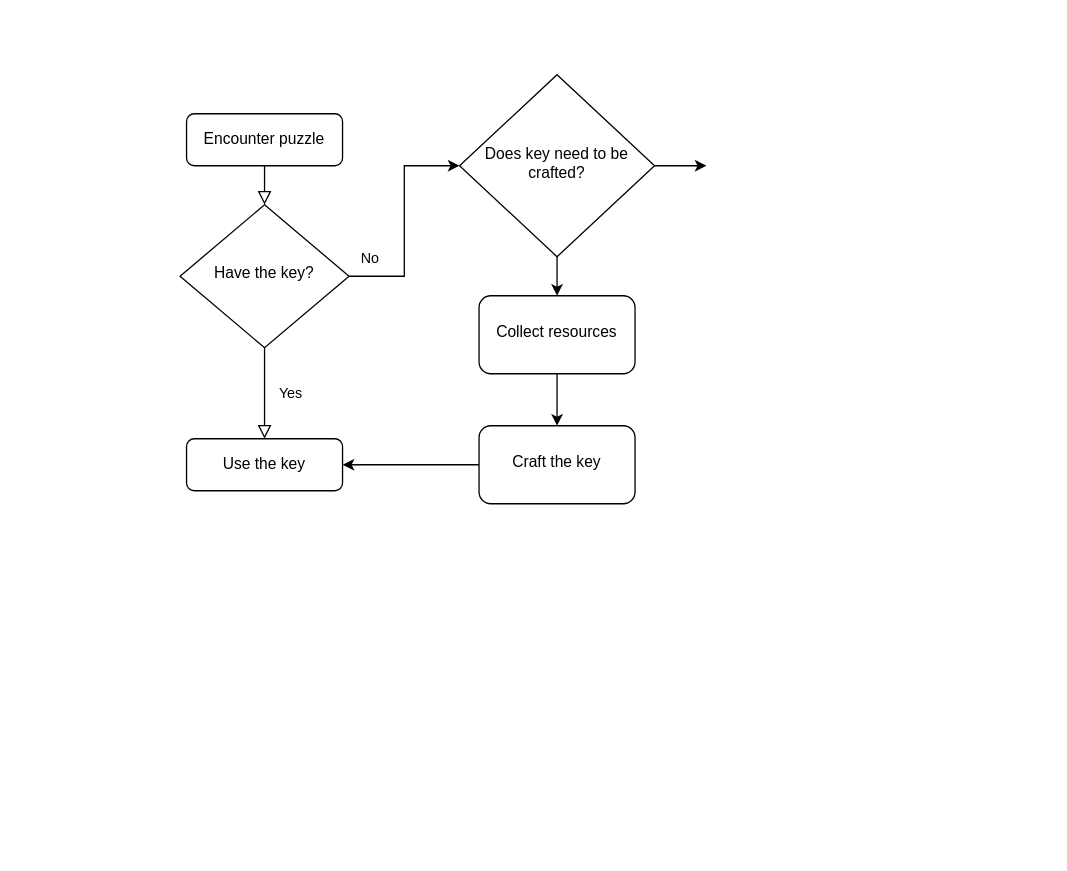
CSG-3523/25fa-gdc01-group-3 keeps this draw.io diagram as puzzleflow.drawio. Above is the earlier version. Source tidied: cells renumbered, new cells numbered last; positions are measured from the earlier drawing's top-left corner, leaving out a move shared by most shapes. Both pictures are drawn from the tidied source at 130%, with x=0, y=0 at pixel (179, 74).
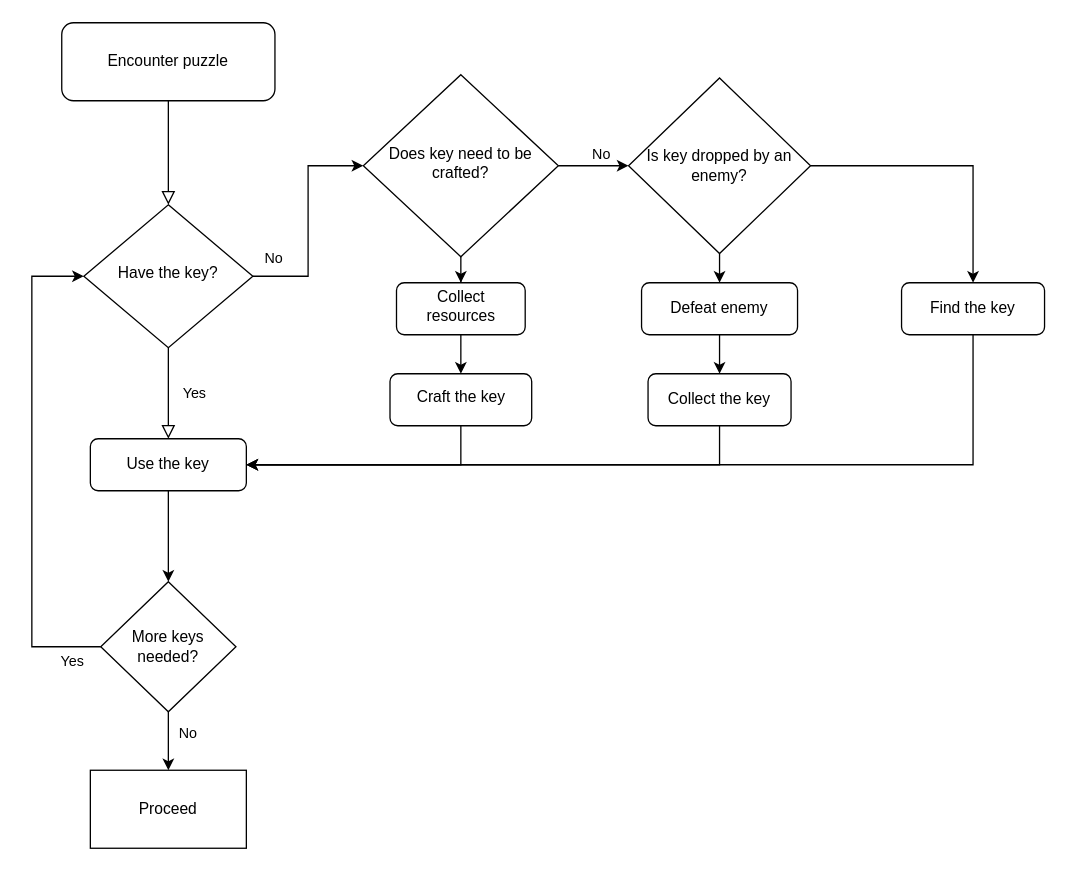
The same page after the edit.

Change to the diagram source:
```diff
@@
-<mxGraphModel>
+<mxGraphModel background="light-dark(#ffffff, #000000)">
@@
-    <mxCell id="2" style="rounded=0;html=1;jettySize=auto;fontSize=11;endArrow=block;endFill=0;endSize=8;strokeWidth=1;shadow=0;labelBackgroundColor=none;edgeStyle=orthogonalEdgeStyle;" parent="1" edge="1" source="3" target="7">
+    <mxCell id="2" style="rounded=0;html=1;jettySize=auto;fontSize=11;endArrow=block;endFill=0;endSize=8;strokeWidth=1;shadow=0;labelBackgroundColor=none;edgeStyle=orthogonalEdgeStyle;fontColor=default;" parent="1" edge="1" source="3" target="7">
       <mxGeometry relative="1" as="geometry" />
     </mxCell>
-    <mxCell id="3" value="Encounter puzzle" style="rounded=1;whiteSpace=wrap;html=1;fontSize=12;glass=0;strokeWidth=1;shadow=0;" parent="1" vertex="1">
-      <mxGeometry x="5" y="30" width="120" height="40" as="geometry" />
+    <mxCell id="3" value="Encounter puzzle" style="rounded=1;whiteSpace=wrap;html=1;fontSize=12;glass=0;strokeWidth=1;shadow=0;labelBackgroundColor=none;" parent="1" vertex="1">
+      <mxGeometry x="-91" y="-40" width="164" height="60" as="geometry" />
     </mxCell>
-    <mxCell id="4" value="Yes" style="rounded=0;html=1;jettySize=auto;fontSize=11;endArrow=block;endFill=0;endSize=8;strokeWidth=1;shadow=0;labelBackgroundColor=none;edgeStyle=orthogonalEdgeStyle;entryX=0.5;entryY=0;entryDx=0;entryDy=0;" parent="1" edge="1" source="7" target="8">
+    <mxCell id="4" value="Yes" style="rounded=0;html=1;jettySize=auto;fontSize=11;endArrow=block;endFill=0;endSize=8;strokeWidth=1;shadow=0;labelBackgroundColor=none;edgeStyle=orthogonalEdgeStyle;entryX=0.5;entryY=0;entryDx=0;entryDy=0;fontColor=default;" parent="1" edge="1" source="7" target="8">
       <mxGeometry y="20" relative="1" as="geometry" />
     </mxCell>
-    <mxCell id="5" style="edgeStyle=orthogonalEdgeStyle;rounded=0;jettySize=auto;html=1;" parent="1" edge="1" source="7" target="11">
+    <mxCell id="5" style="edgeStyle=orthogonalEdgeStyle;rounded=0;jettySize=auto;html=1;labelBackgroundColor=none;fontColor=default;" parent="1" edge="1" source="7" target="11">
       <mxGeometry relative="1" as="geometry" />
     </mxCell>
-    <mxCell id="6" value="No" style="edgeLabel;html=1;align=center;verticalAlign=middle;" parent="5" vertex="1">
+    <mxCell id="6" value="No" style="edgeLabel;html=1;align=center;verticalAlign=middle;labelBackgroundColor=none;" parent="5" vertex="1">
       <mxGeometry x="-0.5" y="-2" relative="1" as="geometry">
         <mxPoint x="-29" y="-14" as="offset" />
       </mxGeometry>
     </mxCell>
-    <mxCell id="7" value="Have the key?" style="rhombus;whiteSpace=wrap;html=1;shadow=0;fontFamily=Helvetica;fontSize=12;align=center;strokeWidth=1;spacing=6;spacingTop=-4;" parent="1" vertex="1">
-      <mxGeometry y="100" width="130" height="110" as="geometry" />
+    <mxCell id="7" value="Have the key?" style="rhombus;whiteSpace=wrap;html=1;shadow=0;fontFamily=Helvetica;fontSize=12;align=center;strokeWidth=1;spacing=6;spacingTop=-4;labelBackgroundColor=none;" parent="1" vertex="1">
+      <mxGeometry x="-74" y="100" width="130" height="110" as="geometry" />
     </mxCell>
-    <mxCell id="8" value="Use the key" style="rounded=1;whiteSpace=wrap;html=1;fontSize=12;glass=0;strokeWidth=1;shadow=0;" parent="1" vertex="1">
-      <mxGeometry x="5" y="280" width="120" height="40" as="geometry" />
+    <mxCell id="8" value="Use the key" style="rounded=1;whiteSpace=wrap;html=1;fontSize=12;glass=0;strokeWidth=1;shadow=0;labelBackgroundColor=none;" parent="1" vertex="1">
+      <mxGeometry x="-69" y="280" width="120" height="40" as="geometry" />
     </mxCell>
-    <mxCell id="9" style="edgeStyle=orthogonalEdgeStyle;rounded=0;jettySize=auto;html=1;" parent="1" edge="1" source="11" target="13">
+    <mxCell id="9" style="edgeStyle=orthogonalEdgeStyle;rounded=0;jettySize=auto;html=1;labelBackgroundColor=none;fontColor=default;" parent="1" edge="1" source="11" target="13">
       <mxGeometry relative="1" as="geometry" />
     </mxCell>
-    <mxCell id="10" style="edgeStyle=orthogonalEdgeStyle;rounded=0;jettySize=auto;html=1;" parent="1" edge="1" source="11">
-      <mxGeometry relative="1" as="geometry">
-        <mxPoint x="405" y="70" as="targetPoint" />
-      </mxGeometry>
+    <mxCell id="10" style="edgeStyle=orthogonalEdgeStyle;rounded=0;jettySize=auto;html=1;labelBackgroundColor=none;fontColor=default;" parent="1" edge="1" source="11" target="19">
+      <mxGeometry relative="1" as="geometry" />
     </mxCell>
+    <mxCell id="16" value="No" style="edgeLabel;html=1;align=center;verticalAlign=middle;labelBackgroundColor=none;" parent="10" vertex="1">
+      <mxGeometry x="0.65" y="-3" relative="1" as="geometry">
+        <mxPoint x="-13" y="-13" as="offset" />
+      </mxGeometry>
+    </mxCell>
-    <mxCell id="11" value="Does key need to be crafted?" style="rhombus;whiteSpace=wrap;html=1;shadow=0;fontFamily=Helvetica;fontSize=12;align=center;strokeWidth=1;spacing=6;spacingTop=-4;" parent="1" vertex="1">
-      <mxGeometry x="215" width="150" height="140" as="geometry" />
+    <mxCell id="11" value="Does key need to be crafted?" style="rhombus;whiteSpace=wrap;html=1;shadow=0;fontFamily=Helvetica;fontSize=12;align=center;strokeWidth=1;spacing=6;spacingTop=-4;labelBackgroundColor=none;" parent="1" vertex="1">
+      <mxGeometry x="141" width="150" height="140" as="geometry" />
     </mxCell>
-    <mxCell id="12" style="edgeStyle=orthogonalEdgeStyle;rounded=0;jettySize=auto;html=1;" parent="1" edge="1" source="13" target="15">
+    <mxCell id="12" style="edgeStyle=orthogonalEdgeStyle;rounded=0;jettySize=auto;html=1;labelBackgroundColor=none;fontColor=default;" parent="1" edge="1" source="13" target="15">
       <mxGeometry relative="1" as="geometry" />
     </mxCell>
-    <mxCell id="13" value="Collect resources" style="rounded=1;whiteSpace=wrap;html=1;shadow=0;strokeWidth=1;spacing=6;spacingTop=-4;" parent="1" vertex="1">
-      <mxGeometry x="230" y="170" width="120" height="60" as="geometry" />
+    <mxCell id="13" value="Collect resources" style="rounded=1;whiteSpace=wrap;html=1;shadow=0;strokeWidth=1;spacing=6;spacingTop=-4;labelBackgroundColor=none;" parent="1" vertex="1">
+      <mxGeometry x="166.5" y="160" width="99" height="40" as="geometry" />
     </mxCell>
-    <mxCell id="14" style="edgeStyle=orthogonalEdgeStyle;rounded=0;jettySize=auto;html=1;" parent="1" edge="1" source="15" target="8">
-      <mxGeometry relative="1" as="geometry" />
+    <mxCell id="14" style="edgeStyle=orthogonalEdgeStyle;rounded=0;jettySize=auto;html=1;exitX=0.5;exitY=1;exitDx=0;exitDy=0;labelBackgroundColor=none;fontColor=default;" parent="1" edge="1" source="15" target="8">
+      <mxGeometry relative="1" as="geometry">
+        <Array as="points">
+          <mxPoint x="216" y="300" />
+        </Array>
+      </mxGeometry>
     </mxCell>
-    <mxCell id="15" value="Craft the key" style="whiteSpace=wrap;html=1;rounded=1;shadow=0;strokeWidth=1;spacing=6;spacingTop=-4;" parent="1" vertex="1">
-      <mxGeometry x="230" y="270" width="120" height="60" as="geometry" />
+    <mxCell id="15" value="Craft the key" style="whiteSpace=wrap;html=1;rounded=1;shadow=0;strokeWidth=1;spacing=6;spacingTop=-4;labelBackgroundColor=none;" parent="1" vertex="1">
+      <mxGeometry x="161.5" y="230" width="109" height="40" as="geometry" />
     </mxCell>
+    <mxCell id="17" style="edgeStyle=orthogonalEdgeStyle;rounded=0;jettySize=auto;html=1;entryX=0.5;entryY=0;entryDx=0;entryDy=0;labelBackgroundColor=none;fontColor=default;" parent="1" edge="1" source="19" target="21">
+      <mxGeometry relative="1" as="geometry">
+        <Array as="points">
+          <mxPoint x="610" y="70" />
+        </Array>
+      </mxGeometry>
+    </mxCell>
+    <mxCell id="18" style="edgeStyle=orthogonalEdgeStyle;rounded=0;jettySize=auto;html=1;labelBackgroundColor=none;fontColor=default;" parent="1" edge="1" source="19" target="23">
+      <mxGeometry relative="1" as="geometry" />
+    </mxCell>
+    <mxCell id="19" value="Is key dropped by an enemy?" style="rhombus;whiteSpace=wrap;html=1;labelBackgroundColor=none;" parent="1" vertex="1">
+      <mxGeometry x="345" y="2.5" width="140" height="135" as="geometry" />
+    </mxCell>
+    <mxCell id="20" style="edgeStyle=orthogonalEdgeStyle;rounded=0;jettySize=auto;html=1;entryX=1;entryY=0.5;entryDx=0;entryDy=0;exitX=0.5;exitY=1;exitDx=0;exitDy=0;labelBackgroundColor=none;fontColor=default;" parent="1" edge="1" source="21" target="8">
+      <mxGeometry relative="1" as="geometry">
+        <Array as="points">
+          <mxPoint x="610" y="300" />
+        </Array>
+      </mxGeometry>
+    </mxCell>
+    <mxCell id="21" value="Find the key" style="rounded=1;whiteSpace=wrap;html=1;labelBackgroundColor=none;" parent="1" vertex="1">
+      <mxGeometry x="555" y="160" width="110" height="40" as="geometry" />
+    </mxCell>
+    <mxCell id="22" style="edgeStyle=orthogonalEdgeStyle;rounded=0;jettySize=auto;html=1;labelBackgroundColor=none;fontColor=default;" parent="1" edge="1" source="23" target="25">
+      <mxGeometry relative="1" as="geometry" />
+    </mxCell>
+    <mxCell id="23" value="Defeat enemy" style="rounded=1;whiteSpace=wrap;html=1;labelBackgroundColor=none;" parent="1" vertex="1">
+      <mxGeometry x="355" y="160" width="120" height="40" as="geometry" />
+    </mxCell>
+    <mxCell id="24" style="edgeStyle=orthogonalEdgeStyle;rounded=0;jettySize=auto;html=1;entryX=1;entryY=0.5;entryDx=0;entryDy=0;labelBackgroundColor=none;fontColor=default;" parent="1" edge="1" source="25" target="8">
+      <mxGeometry relative="1" as="geometry">
+        <Array as="points">
+          <mxPoint x="415" y="300" />
+        </Array>
+      </mxGeometry>
+    </mxCell>
+    <mxCell id="25" value="Collect the key" style="whiteSpace=wrap;html=1;rounded=1;labelBackgroundColor=none;" parent="1" vertex="1">
+      <mxGeometry x="360" y="230" width="110" height="40" as="geometry" />
+    </mxCell>
+    <mxCell id="26" style="edgeStyle=orthogonalEdgeStyle;rounded=0;jettySize=auto;html=1;labelBackgroundColor=none;fontColor=default;" parent="1" edge="1" source="8" target="31">
+      <mxGeometry relative="1" as="geometry" />
+    </mxCell>
+    <mxCell id="27" style="edgeStyle=orthogonalEdgeStyle;rounded=0;jettySize=auto;html=1;entryX=0;entryY=0.5;entryDx=0;entryDy=0;labelBackgroundColor=none;fontColor=default;" parent="1" edge="1" source="31" target="7">
+      <mxGeometry relative="1" as="geometry">
+        <Array as="points">
+          <mxPoint x="-114" y="440" />
+          <mxPoint x="-114" y="155" />
+        </Array>
+      </mxGeometry>
+    </mxCell>
+    <mxCell id="28" value="Yes" style="edgeLabel;html=1;align=center;verticalAlign=middle;labelBackgroundColor=none;" parent="27" vertex="1">
+      <mxGeometry x="-0.87" y="-1" relative="1" as="geometry">
+        <mxPoint x="2" y="11" as="offset" />
+      </mxGeometry>
+    </mxCell>
+    <mxCell id="29" style="edgeStyle=orthogonalEdgeStyle;rounded=0;jettySize=auto;html=1;labelBackgroundColor=none;fontColor=default;" parent="1" edge="1" source="31" target="32">
+      <mxGeometry relative="1" as="geometry" />
+    </mxCell>
+    <mxCell id="30" value="No" style="edgeLabel;html=1;align=center;verticalAlign=middle;labelBackgroundColor=none;" parent="29" vertex="1">
+      <mxGeometry x="-0.27" y="1" relative="1" as="geometry">
+        <mxPoint x="13" as="offset" />
+      </mxGeometry>
+    </mxCell>
+    <mxCell id="31" value="More keys needed?" style="rhombus;whiteSpace=wrap;html=1;labelBackgroundColor=none;" parent="1" vertex="1">
+      <mxGeometry x="-61" y="390" width="104" height="100" as="geometry" />
+    </mxCell>
+    <mxCell id="32" value="Proceed" style="whiteSpace=wrap;html=1;labelBackgroundColor=none;" parent="1" vertex="1">
+      <mxGeometry x="-69" y="535" width="120" height="60" as="geometry" />
+    </mxCell>
```
